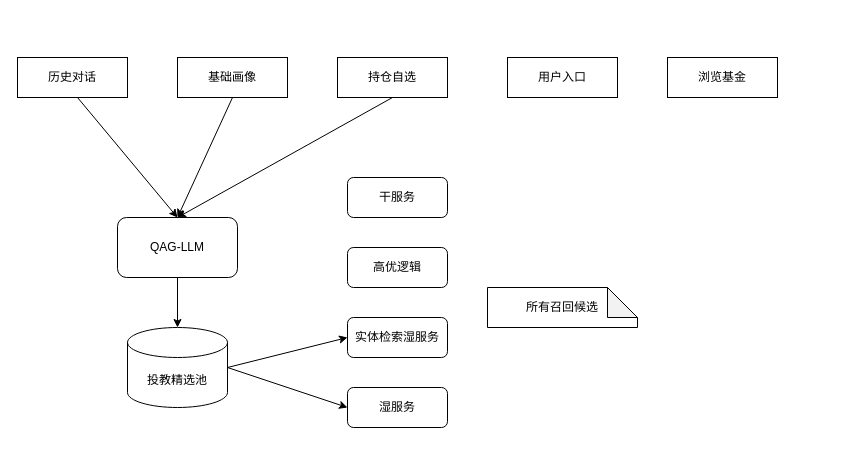
ZhangHammer/ZhangHammer keeps this draw.io diagram as 猜问融入用户历史.drawio. Above is the earlier version. Source tidied: cells renumbered, new cells numbered last; positions are measured from the earlier drawing's top-left corner, leaving out a move shared by most shapes. Both pictures are drawn from the tidied source at 100%, with x=0, y=0 at pixel (17, 57).
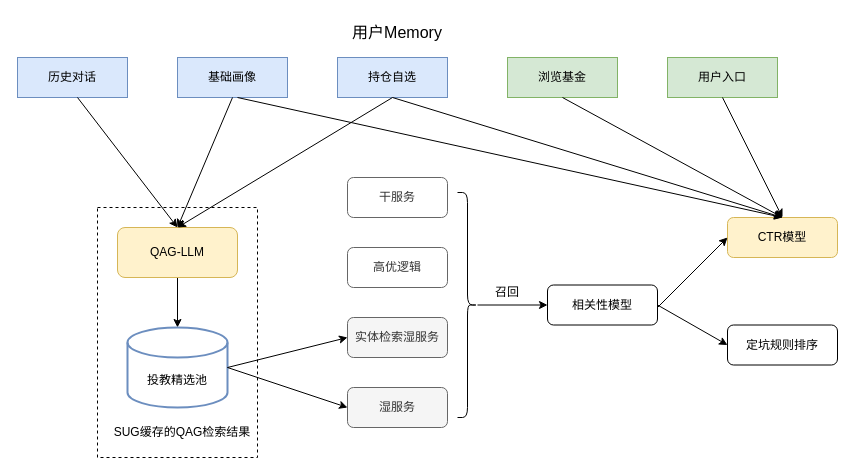
After the change.

Commit message (it also covers changes not shown here):
猜问融入用户历史.drawio

The edit, as a diff of the source:
```diff
@@
+    <mxCell id="20" style="rounded=0;whiteSpace=wrap;html=1;fillColor=none;dashed=1;" parent="1" vertex="1">
+      <mxGeometry x="80" y="150" width="160" height="250" as="geometry" />
+    </mxCell>
-    <mxCell id="2" value="历史对话" style="rounded=0;whiteSpace=wrap;html=1;" parent="1" vertex="1">
+    <mxCell id="2" value="历史对话" style="rounded=0;whiteSpace=wrap;html=1;fillColor=#dae8fc;strokeColor=#6c8ebf;" parent="1" vertex="1">
       <mxGeometry width="110" height="40" as="geometry" />
     </mxCell>
-    <mxCell id="3" value="持仓自选" style="rounded=0;whiteSpace=wrap;html=1;" parent="1" vertex="1">
+    <mxCell id="3" value="持仓自选" style="rounded=0;whiteSpace=wrap;html=1;fillColor=#dae8fc;strokeColor=#6c8ebf;" parent="1" vertex="1">
       <mxGeometry x="320" width="110" height="40" as="geometry" />
     </mxCell>
-    <mxCell id="4" value="基础画像" style="rounded=0;whiteSpace=wrap;html=1;" parent="1" vertex="1">
+    <mxCell id="4" value="基础画像" style="rounded=0;whiteSpace=wrap;html=1;fillColor=#dae8fc;strokeColor=#6c8ebf;" parent="1" vertex="1">
       <mxGeometry x="160" width="110" height="40" as="geometry" />
     </mxCell>
-    <mxCell id="5" value="用户入口" style="rounded=0;whiteSpace=wrap;html=1;" parent="1" vertex="1">
+    <mxCell id="5" value="浏览基金" style="rounded=0;whiteSpace=wrap;html=1;fillColor=#d5e8d4;strokeColor=#82b366;" parent="1" vertex="1">
       <mxGeometry x="490" width="110" height="40" as="geometry" />
     </mxCell>
-    <mxCell id="6" value="浏览基金" style="rounded=0;whiteSpace=wrap;html=1;" parent="1" vertex="1">
+    <mxCell id="6" value="用户入口" style="rounded=0;whiteSpace=wrap;html=1;fillColor=#d5e8d4;strokeColor=#82b366;" parent="1" vertex="1">
       <mxGeometry x="650" width="110" height="40" as="geometry" />
     </mxCell>
@@
-    <mxCell id="8" value="QAG-LLM" style="rounded=1;whiteSpace=wrap;html=1;" parent="1" vertex="1">
-      <mxGeometry x="100" y="160" width="120" height="60" as="geometry" />
+    <mxCell id="8" value="QAG-LLM" style="rounded=1;whiteSpace=wrap;html=1;fillColor=#fff2cc;strokeColor=#d6b656;" parent="1" vertex="1">
+      <mxGeometry x="100" y="170" width="120" height="50" as="geometry" />
     </mxCell>
-    <mxCell id="9" value="投教精选池" style="shape=cylinder3;whiteSpace=wrap;html=1;boundedLbl=1;backgroundOutline=1;size=15;" parent="1" vertex="1">
+    <mxCell id="9" value="投教精选池" style="shape=cylinder3;whiteSpace=wrap;html=1;boundedLbl=1;backgroundOutline=1;size=15;fillColor=none;strokeColor=#6c8ebf;strokeWidth=2;" parent="1" vertex="1">
       <mxGeometry x="110" y="270" width="100" height="80" as="geometry" />
     </mxCell>
-    <mxCell id="10" value="湿服务" style="rounded=1;whiteSpace=wrap;html=1;" parent="1" vertex="1">
+    <mxCell id="10" value="湿服务" style="rounded=1;whiteSpace=wrap;html=1;fillColor=#f5f5f5;fontColor=#333333;strokeColor=#666666;" parent="1" vertex="1">
       <mxGeometry x="330" y="330" width="100" height="40" as="geometry" />
     </mxCell>
-    <mxCell id="11" value="实体检索湿服务" style="rounded=1;whiteSpace=wrap;html=1;" parent="1" vertex="1">
+    <mxCell id="11" value="实体检索湿服务" style="rounded=1;whiteSpace=wrap;html=1;fillColor=#f5f5f5;fontColor=#333333;strokeColor=#666666;" parent="1" vertex="1">
       <mxGeometry x="330" y="260" width="100" height="40" as="geometry" />
     </mxCell>
-    <mxCell id="12" value="干服务" style="rounded=1;whiteSpace=wrap;html=1;" parent="1" vertex="1">
+    <mxCell id="12" value="干服务" style="rounded=1;whiteSpace=wrap;html=1;fillColor=none;fontColor=#333333;strokeColor=#666666;" parent="1" vertex="1">
       <mxGeometry x="330" y="120" width="100" height="40" as="geometry" />
     </mxCell>
-    <mxCell id="13" value="高优逻辑" style="rounded=1;whiteSpace=wrap;html=1;" parent="1" vertex="1">
+    <mxCell id="13" value="高优逻辑" style="rounded=1;whiteSpace=wrap;html=1;fillColor=none;fontColor=#333333;strokeColor=#666666;" parent="1" vertex="1">
       <mxGeometry x="330" y="190" width="100" height="40" as="geometry" />
     </mxCell>
-    <mxCell id="14" value="所有召回候选" style="shape=note;whiteSpace=wrap;html=1;backgroundOutline=1;darkOpacity=0.05;" parent="1" vertex="1">
-      <mxGeometry x="470" y="230" width="150" height="40" as="geometry" />
-    </mxCell>
@@
     <mxCell id="16" style="endArrow=classic;html=1;rounded=0;exitX=0.5;exitY=1;exitDx=0;exitDy=0;" parent="1" edge="1" source="4">
       <mxGeometry relative="1" as="geometry">
-        <mxPoint x="160" y="160" as="targetPoint" />
+        <mxPoint x="160" y="170" as="targetPoint" />
       </mxGeometry>
     </mxCell>
-    <mxCell id="17" style="endArrow=classic;html=1;rounded=0;exitX=0.5;exitY=1;exitDx=0;exitDy=0;" parent="1" edge="1" source="3">
-      <mxGeometry relative="1" as="geometry">
-        <mxPoint x="160" y="160" as="targetPoint" />
-      </mxGeometry>
+    <mxCell id="17" style="endArrow=classic;html=1;rounded=0;exitX=0.5;exitY=1;exitDx=0;exitDy=0;entryX=0.5;entryY=0;entryDx=0;entryDy=0;" parent="1" edge="1" source="3" target="8">
+      <mxGeometry relative="1" as="geometry" />
     </mxCell>
@@
+    <mxCell id="21" value="相关性模型" style="rounded=1;whiteSpace=wrap;html=1;" parent="1" vertex="1">
+      <mxGeometry x="530" y="227.5" width="110" height="40" as="geometry" />
+    </mxCell>
+    <mxCell id="22" value="CTR模型" style="rounded=1;whiteSpace=wrap;html=1;fillColor=#fff2cc;strokeColor=#d6b656;" parent="1" vertex="1">
+      <mxGeometry x="710" y="160" width="110" height="40" as="geometry" />
+    </mxCell>
+    <mxCell id="23" value="定坑规则排序" style="rounded=1;whiteSpace=wrap;html=1;" parent="1" vertex="1">
+      <mxGeometry x="710" y="267.5" width="110" height="40" as="geometry" />
+    </mxCell>
+    <mxCell id="24" style="endArrow=classic;html=1;rounded=0;entryX=0.5;entryY=0;entryDx=0;entryDy=0;" parent="1" edge="1" target="22">
+      <mxGeometry relative="1" as="geometry">
+        <mxPoint x="220" y="40" as="sourcePoint" />
+      </mxGeometry>
+    </mxCell>
+    <mxCell id="25" style="endArrow=classic;html=1;rounded=0;exitX=0.5;exitY=1;exitDx=0;exitDy=0;entryX=0.5;entryY=0;entryDx=0;entryDy=0;" parent="1" edge="1" source="3" target="22">
+      <mxGeometry relative="1" as="geometry" />
+    </mxCell>
+    <mxCell id="26" style="endArrow=classic;html=1;rounded=0;exitX=0.5;exitY=1;exitDx=0;exitDy=0;entryX=0.5;entryY=0;entryDx=0;entryDy=0;" parent="1" edge="1" source="5" target="22">
+      <mxGeometry relative="1" as="geometry" />
+    </mxCell>
+    <mxCell id="27" style="endArrow=classic;html=1;rounded=0;exitX=0.5;exitY=1;exitDx=0;exitDy=0;entryX=0.5;entryY=0;entryDx=0;entryDy=0;" parent="1" edge="1" source="6" target="22">
+      <mxGeometry relative="1" as="geometry" />
+    </mxCell>
+    <mxCell id="28" style="edgeStyle=orthogonalEdgeStyle;rounded=0;jettySize=auto;html=1;" parent="1" edge="1" source="29" target="21">
+      <mxGeometry relative="1" as="geometry" />
+    </mxCell>
+    <mxCell id="29" style="shape=curlyBracket;whiteSpace=wrap;html=1;rounded=1;flipH=1;labelPosition=right;verticalLabelPosition=middle;align=left;verticalAlign=middle;" parent="1" vertex="1">
+      <mxGeometry x="440" y="135" width="20" height="225" as="geometry" />
+    </mxCell>
+    <mxCell id="30" value="召回" style="text;html=1;strokeColor=none;fillColor=none;align=center;verticalAlign=middle;whiteSpace=wrap;rounded=0;" parent="1" vertex="1">
+      <mxGeometry x="460" y="220" width="60" height="30" as="geometry" />
+    </mxCell>
+    <mxCell id="31" style="endArrow=classic;html=1;rounded=0;entryX=0;entryY=0.5;entryDx=0;entryDy=0;" parent="1" edge="1" target="22">
+      <mxGeometry relative="1" as="geometry">
+        <mxPoint x="640" y="250" as="sourcePoint" />
+      </mxGeometry>
+    </mxCell>
+    <mxCell id="32" style="endArrow=classic;html=1;rounded=0;entryX=0;entryY=0.5;entryDx=0;entryDy=0;exitX=1;exitY=0.5;exitDx=0;exitDy=0;" parent="1" edge="1" source="21" target="23">
+      <mxGeometry relative="1" as="geometry" />
+    </mxCell>
+    <mxCell id="33" value="&lt;font style=&quot;font-size: 16px;&quot;&gt;用户Memory&lt;/font&gt;" style="text;html=1;strokeColor=none;fillColor=none;align=center;verticalAlign=middle;whiteSpace=wrap;rounded=0;" parent="1" vertex="1">
+      <mxGeometry x="250" y="-40" width="260" height="30" as="geometry" />
+    </mxCell>
+    <mxCell id="34" value="SUG缓存的QAG检索结果" style="text;html=1;strokeColor=none;fillColor=none;align=center;verticalAlign=middle;whiteSpace=wrap;rounded=0;" parent="1" vertex="1">
+      <mxGeometry x="90" y="360" width="150" height="30" as="geometry" />
+    </mxCell>
```
